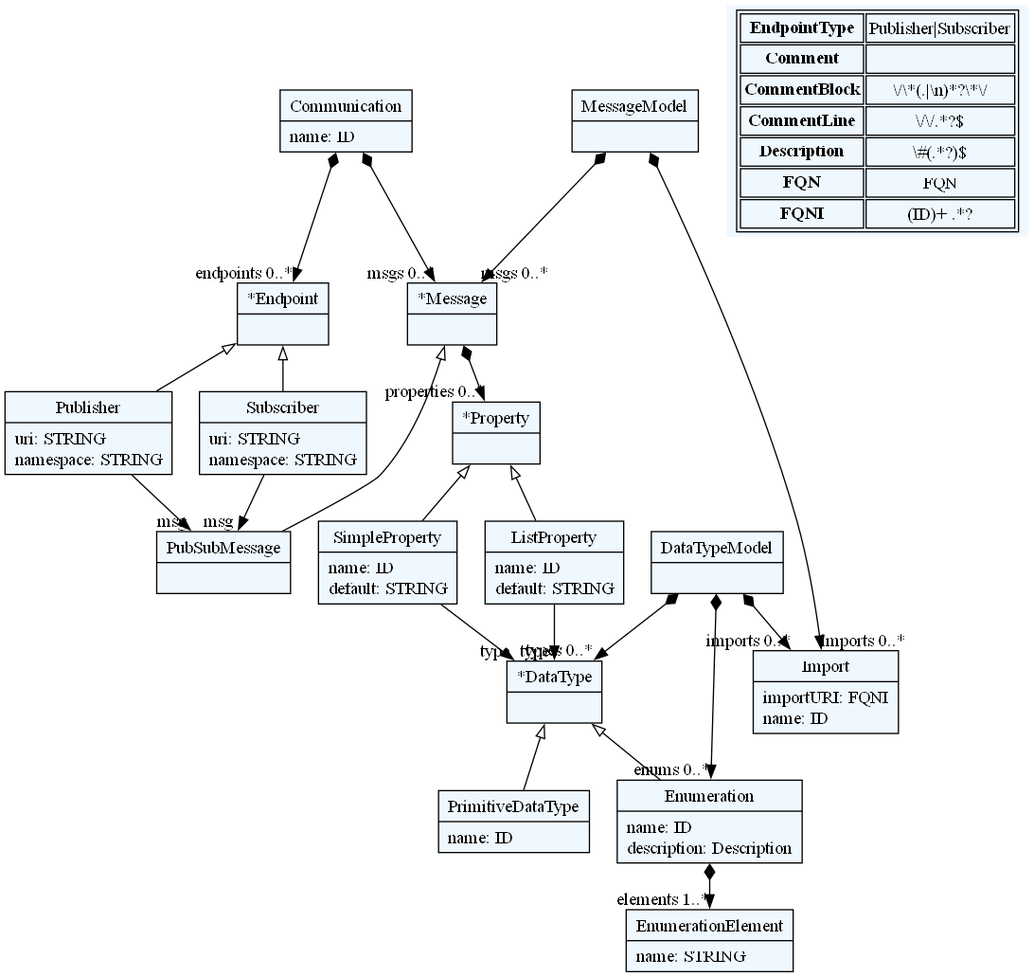
Before: omnisim/grammar/communication.dot.png, a diagram exported from Graphviz (balojohn/thesis). Its source is kept beside it as omnisim/grammar/communication.dot. The source it was exported from:
```dot
    digraph textX {
    fontname = "Bitstream Vera Sans"
    fontsize = 8
    node[
        shape=record,
        style=filled,
        fillcolor=aliceblue
    ]
    nodesep = 0.3
    edge[dir=black,arrowtail=empty]


1467826063792[ label="{Communication|name: ID\l}"]

1467826192800[ label="{*Endpoint|}"]

1467826192608[ label="{Publisher|uri: STRING\lnamespace: STRING\l}"]

1467826076512[ label="{Subscriber|uri: STRING\lnamespace: STRING\l}"]

1467826201248[ label="{DataTypeModel|}"]

1467826201344[ label="{*DataType|}"]

1467826201440[ label="{*Property|}"]

1467826201536[ label="{SimpleProperty|name: ID\ldefault: STRING\l}"]

1467826201632[ label="{ListProperty|name: ID\ldefault: STRING\l}"]

1467826201776[ label="{Enumeration|name: ID\ldescription: Description\l}"]

1467826202304[ label="{EnumerationElement|name: STRING\l}"]

1467826202832[ label="{PrimitiveDataType|name: ID\l}"]

1467826203648[ label="{Import|importURI: FQNI\lname: ID\l}"]

1467826204320[ label="{MessageModel|}"]

1467826204416[ label="{*Message|}"]

1467826076080[ label="{PubSubMessage|}"]



1467826063792 -> 1467826192800[arrowtail=diamond, dir=both, headlabel="endpoints 0..*"]
1467826063792 -> 1467826204416[arrowtail=diamond, dir=both, headlabel="msgs 0..*"]
1467826192800 -> 1467826192608 [dir=back]
1467826192800 -> 1467826076512 [dir=back]
1467826192608 -> 1467826076080[headlabel="msg "]
1467826076512 -> 1467826076080[headlabel="msg "]
1467826201248 -> 1467826203648[arrowtail=diamond, dir=both, headlabel="imports 0..*"]
1467826201248 -> 1467826201344[arrowtail=diamond, dir=both, headlabel="types 0..*"]
1467826201248 -> 1467826201776[arrowtail=diamond, dir=both, headlabel="enums 0..*"]
1467826201344 -> 1467826202832 [dir=back]
1467826201344 -> 1467826201776 [dir=back]
1467826201440 -> 1467826201632 [dir=back]
1467826201440 -> 1467826201536 [dir=back]
1467826201536 -> 1467826201344[headlabel="type "]
1467826201632 -> 1467826201344[headlabel="type "]
1467826201776 -> 1467826202304[arrowtail=diamond, dir=both, headlabel="elements 1..*"]
1467826204320 -> 1467826203648[arrowtail=diamond, dir=both, headlabel="imports 0..*"]
1467826204320 -> 1467826204416[arrowtail=diamond, dir=both, headlabel="msgs 0..*"]
1467826204416 -> 1467826201440[arrowtail=diamond, dir=both, headlabel="properties 0..*"]
1467826204416 -> 1467826076080 [dir=back]
match_rules [ shape=plaintext, label=< <table>
	<tr>
		<td><b>EndpointType</b></td><td>Publisher|Subscriber</td>
	</tr>
	<tr>
		<td><b>Comment</b></td><td></td>
	</tr>
	<tr>
		<td><b>CommentBlock</b></td><td>\/\*(.|\n)*?\*\/</td>
	</tr>
	<tr>
		<td><b>CommentLine</b></td><td>\/\/.*?$</td>
	</tr>
	<tr>
		<td><b>Description</b></td><td>\#(.*?)$</td>
	</tr>
	<tr>
		<td><b>FQN</b></td><td>FQN</td>
	</tr>
	<tr>
		<td><b>FQNI</b></td><td>(ID)+ .*?</td>
	</tr>
</table> >]


}
```
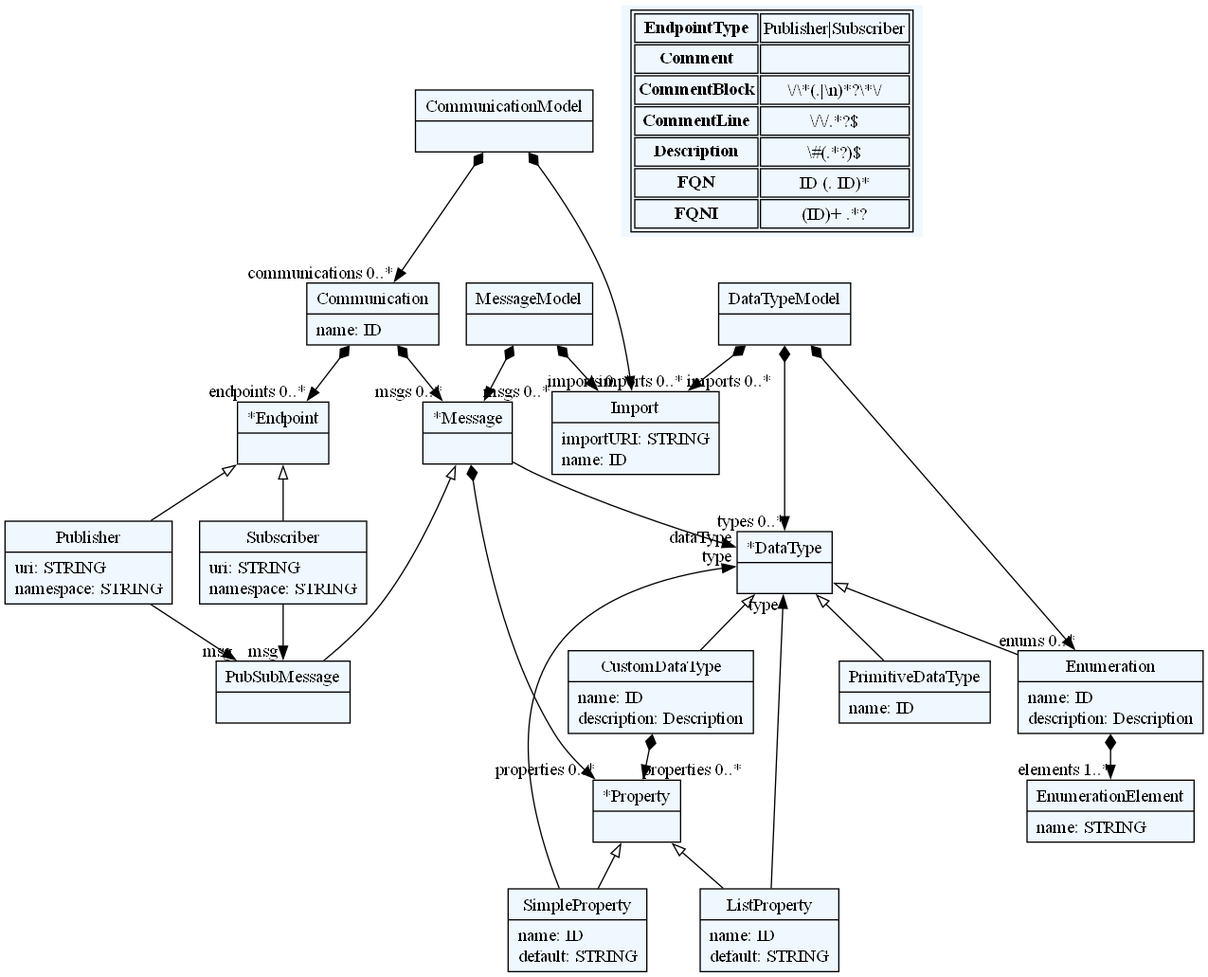
After the commit.

Diff of the diagram source:
```diff
@@ -10,60 +10,69 @@
     edge[dir=black,arrowtail=empty]
 
 
-1467826063792[ label="{Communication|name: ID\l}"]
+2620165772960[ label="{CommunicationModel|}"]
 
-1467826192800[ label="{*Endpoint|}"]
+2620165769648[ label="{Communication|name: ID\l}"]
 
-1467826192608[ label="{Publisher|uri: STRING\lnamespace: STRING\l}"]
+2620165769120[ label="{*Endpoint|}"]
 
-1467826076512[ label="{Subscriber|uri: STRING\lnamespace: STRING\l}"]
+2620165778576[ label="{Publisher|uri: STRING\lnamespace: STRING\l}"]
 
-1467826201248[ label="{DataTypeModel|}"]
+2620165779296[ label="{Subscriber|uri: STRING\lnamespace: STRING\l}"]
 
-1467826201344[ label="{*DataType|}"]
+2620165862176[ label="{DataTypeModel|}"]
 
-1467826201440[ label="{*Property|}"]
+2620165863232[ label="{*DataType|}"]
 
-1467826201536[ label="{SimpleProperty|name: ID\ldefault: STRING\l}"]
+2620165860208[ label="{CustomDataType|name: ID\ldescription: Description\l}"]
 
-1467826201632[ label="{ListProperty|name: ID\ldefault: STRING\l}"]
+2620165860352[ label="{*Property|}"]
 
-1467826201776[ label="{Enumeration|name: ID\ldescription: Description\l}"]
+2620165860304[ label="{SimpleProperty|name: ID\ldefault: STRING\l}"]
 
-1467826202304[ label="{EnumerationElement|name: STRING\l}"]
+2620165780016[ label="{ListProperty|name: ID\ldefault: STRING\l}"]
 
-1467826202832[ label="{PrimitiveDataType|name: ID\l}"]
+2620165860544[ label="{Enumeration|name: ID\ldescription: Description\l}"]
 
-1467826203648[ label="{Import|importURI: FQNI\lname: ID\l}"]
+2620165860592[ label="{EnumerationElement|name: STRING\l}"]
 
-1467826204320[ label="{MessageModel|}"]
+2620165860688[ label="{PrimitiveDataType|name: ID\l}"]
 
-1467826204416[ label="{*Message|}"]
+2620165860976[ label="{Import|importURI: STRING\lname: ID\l}"]
 
-1467826076080[ label="{PubSubMessage|}"]
+2620165862464[ label="{MessageModel|}"]
+
+2620165861408[ label="{*Message|}"]
+
+2620165862896[ label="{PubSubMessage|}"]
 
 
 
-1467826063792 -> 1467826192800[arrowtail=diamond, dir=both, headlabel="endpoints 0..*"]
-1467826063792 -> 1467826204416[arrowtail=diamond, dir=both, headlabel="msgs 0..*"]
-1467826192800 -> 1467826192608 [dir=back]
-1467826192800 -> 1467826076512 [dir=back]
-1467826192608 -> 1467826076080[headlabel="msg "]
-1467826076512 -> 1467826076080[headlabel="msg "]
-1467826201248 -> 1467826203648[arrowtail=diamond, dir=both, headlabel="imports 0..*"]
-1467826201248 -> 1467826201344[arrowtail=diamond, dir=both, headlabel="types 0..*"]
-1467826201248 -> 1467826201776[arrowtail=diamond, dir=both, headlabel="enums 0..*"]
-1467826201344 -> 1467826202832 [dir=back]
-1467826201344 -> 1467826201776 [dir=back]
-1467826201440 -> 1467826201632 [dir=back]
-1467826201440 -> 1467826201536 [dir=back]
-1467826201536 -> 1467826201344[headlabel="type "]
-1467826201632 -> 1467826201344[headlabel="type "]
-1467826201776 -> 1467826202304[arrowtail=diamond, dir=both, headlabel="elements 1..*"]
-1467826204320 -> 1467826203648[arrowtail=diamond, dir=both, headlabel="imports 0..*"]
-1467826204320 -> 1467826204416[arrowtail=diamond, dir=both, headlabel="msgs 0..*"]
-1467826204416 -> 1467826201440[arrowtail=diamond, dir=both, headlabel="properties 0..*"]
-1467826204416 -> 1467826076080 [dir=back]
+2620165772960 -> 2620165860976[arrowtail=diamond, dir=both, headlabel="imports 0..*"]
+2620165772960 -> 2620165769648[arrowtail=diamond, dir=both, headlabel="communications 0..*"]
+2620165769648 -> 2620165769120[arrowtail=diamond, dir=both, headlabel="endpoints 0..*"]
+2620165769648 -> 2620165861408[arrowtail=diamond, dir=both, headlabel="msgs 0..*"]
+2620165769120 -> 2620165778576 [dir=back]
+2620165769120 -> 2620165779296 [dir=back]
+2620165778576 -> 2620165862896[headlabel="msg "]
+2620165779296 -> 2620165862896[headlabel="msg "]
+2620165862176 -> 2620165860976[arrowtail=diamond, dir=both, headlabel="imports 0..*"]
+2620165862176 -> 2620165863232[arrowtail=diamond, dir=both, headlabel="types 0..*"]
+2620165862176 -> 2620165860544[arrowtail=diamond, dir=both, headlabel="enums 0..*"]
+2620165863232 -> 2620165860688 [dir=back]
+2620165863232 -> 2620165860544 [dir=back]
+2620165863232 -> 2620165860208 [dir=back]
+2620165860208 -> 2620165860352[arrowtail=diamond, dir=both, headlabel="properties 0..*"]
+2620165860352 -> 2620165780016 [dir=back]
+2620165860352 -> 2620165860304 [dir=back]
+2620165860304 -> 2620165863232[headlabel="type "]
+2620165780016 -> 2620165863232[headlabel="type "]
+2620165860544 -> 2620165860592[arrowtail=diamond, dir=both, headlabel="elements 1..*"]
+2620165862464 -> 2620165860976[arrowtail=diamond, dir=both, headlabel="imports 0..*"]
+2620165862464 -> 2620165861408[arrowtail=diamond, dir=both, headlabel="msgs 0..*"]
+2620165861408 -> 2620165860352[arrowtail=diamond, dir=both, headlabel="properties 0..*"]
+2620165861408 -> 2620165863232[headlabel="dataType "]
+2620165861408 -> 2620165862896 [dir=back]
 match_rules [ shape=plaintext, label=< <table>
 	<tr>
 		<td><b>EndpointType</b></td><td>Publisher|Subscriber</td>
@@ -81,7 +90,7 @@
 		<td><b>Description</b></td><td>\#(.*?)$</td>
 	</tr>
 	<tr>
-		<td><b>FQN</b></td><td>FQN</td>
+		<td><b>FQN</b></td><td>ID (. ID)*</td>
 	</tr>
 	<tr>
 		<td><b>FQNI</b></td><td>(ID)+ .*?</td>
```
